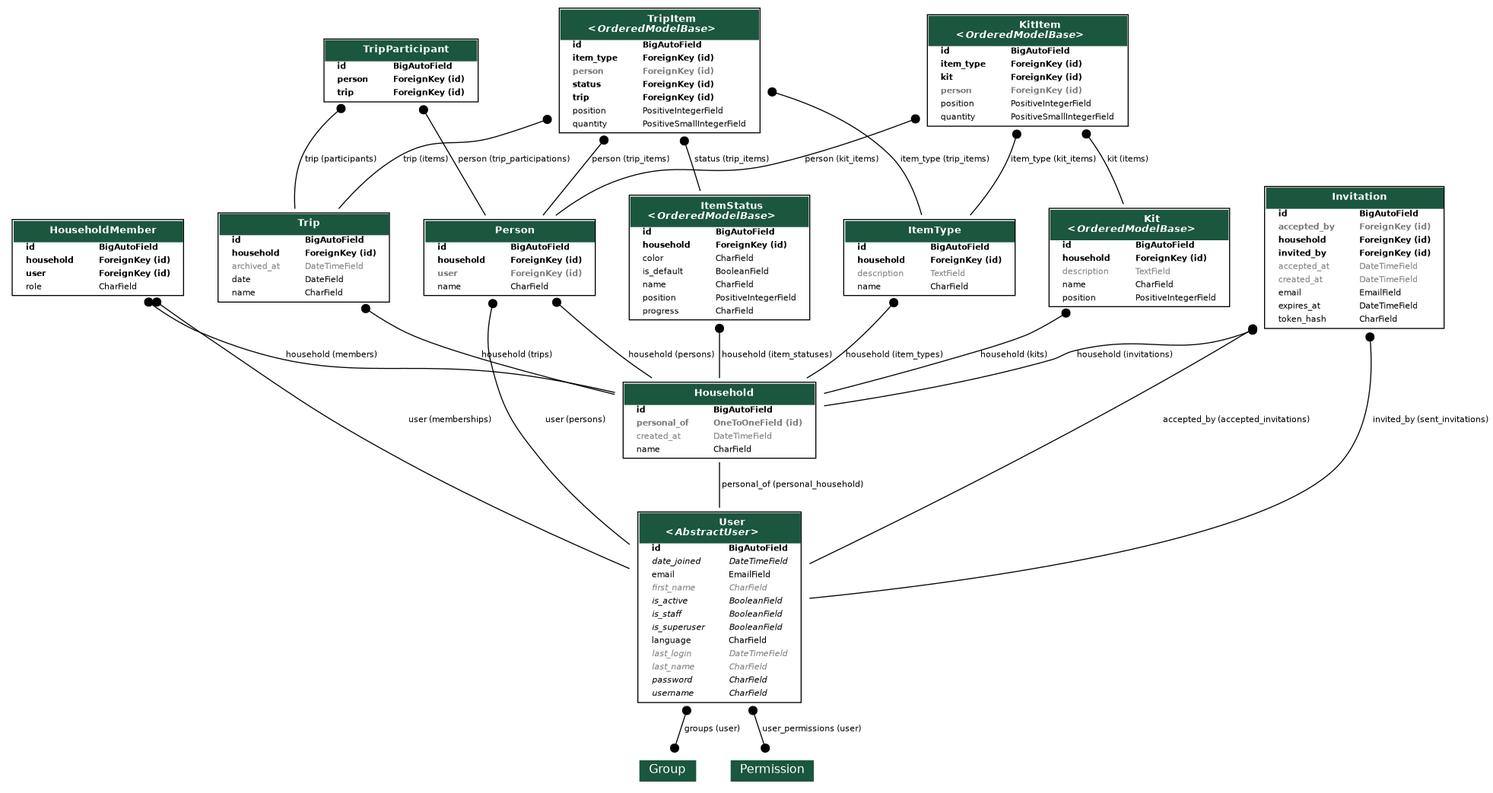
Above: docs/model/schema.png in AxineTeam/tout-pris-api (Graphviz), before the change. Its source is kept beside it as docs/model/schema.dot.
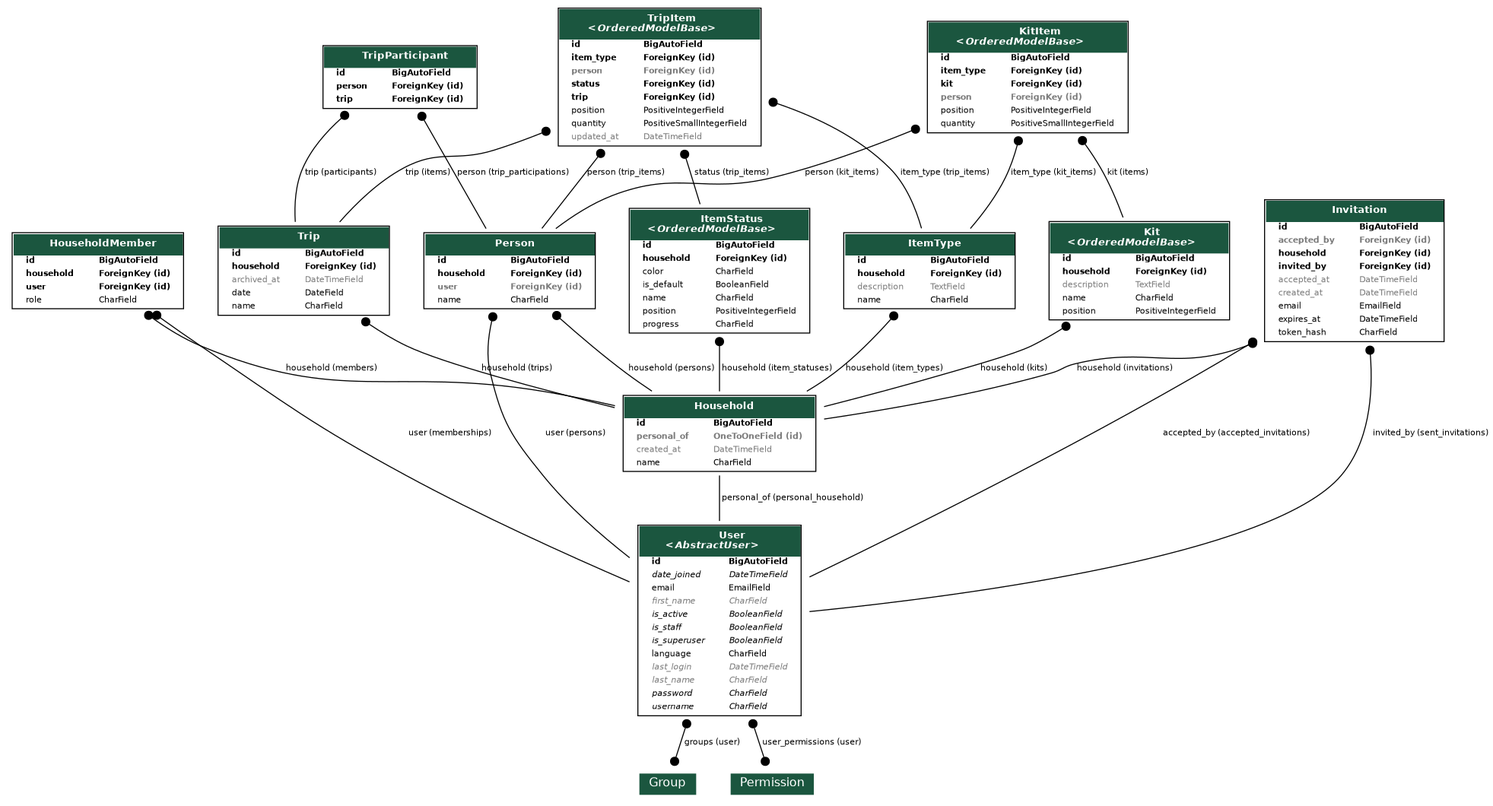
After the change.

The edit, as a diff of the source:
```diff
@@ -702,6 +702,14 @@
     <FONT FACE="Roboto">quantity</FONT>
     </TD><TD ALIGN="LEFT">
     <FONT FACE="Roboto">PositiveSmallIntegerField</FONT>
+    </TD></TR>
+
+
+
+    <TR><TD ALIGN="LEFT" BORDER="0">
+    <FONT COLOR="#7B7B7B" FACE="Roboto">updated_at</FONT>
+    </TD><TD ALIGN="LEFT">
+    <FONT COLOR="#7B7B7B" FACE="Roboto">DateTimeField</FONT>
     </TD></TR>
 
 
```
